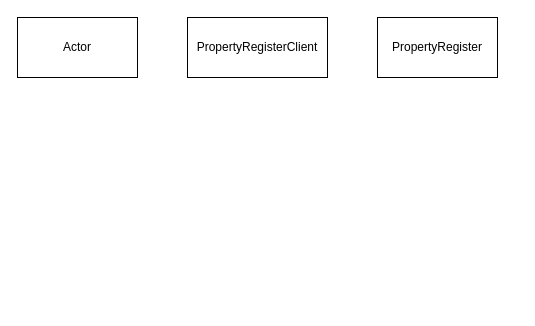
Above: Oving_11/sekvens.drawio in jhub04/Ovinger-IDATT1003 (draw.io), before the change. Source tidied: cells renumbered, new cells numbered last; positions are measured from the earlier drawing's top-left corner, leaving out a move shared by most shapes. Both pictures are drawn from the tidied source at 100%, with x=0, y=0 at pixel (17, 17).
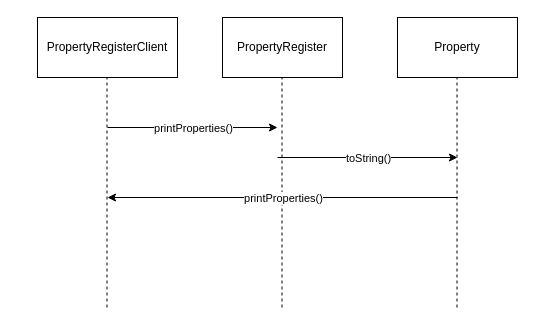
After the change.

Diff of the diagram source:
```diff
@@
 <mxGraphModel>
   <root>
     <mxCell id="0" />
     <mxCell id="1" parent="0" />
-    <mxCell id="2" value="Actor" style="rounded=0;whiteSpace=wrap;html=1;" parent="1" vertex="1">
-      <mxGeometry width="120" height="60" as="geometry" />
-    </mxCell>
     <mxCell id="3" value="PropertyRegisterClient" style="rounded=0;whiteSpace=wrap;html=1;" parent="1" vertex="1">
-      <mxGeometry x="170" width="140" height="60" as="geometry" />
+      <mxGeometry x="20" width="140" height="60" as="geometry" />
     </mxCell>
     <mxCell id="4" value="PropertyRegister" style="rounded=0;whiteSpace=wrap;html=1;" parent="1" vertex="1">
-      <mxGeometry x="360" width="120" height="60" as="geometry" />
+      <mxGeometry x="205" width="120" height="60" as="geometry" />
     </mxCell>
+    <mxCell id="5" style="endArrow=none;dashed=1;html=1;rounded=0;" parent="1" edge="1">
+      <mxGeometry relative="1" as="geometry">
+        <mxPoint x="89.5" y="290" as="sourcePoint" />
+        <mxPoint x="89.5" y="60" as="targetPoint" />
+      </mxGeometry>
+    </mxCell>
+    <mxCell id="6" style="endArrow=none;dashed=1;html=1;rounded=0;" parent="1" edge="1">
+      <mxGeometry relative="1" as="geometry">
+        <mxPoint x="264.5" y="290" as="sourcePoint" />
+        <mxPoint x="264.5" y="60" as="targetPoint" />
+      </mxGeometry>
+    </mxCell>
+    <mxCell id="7" value="Property" style="rounded=0;whiteSpace=wrap;html=1;" parent="1" vertex="1">
+      <mxGeometry x="380" width="120" height="60" as="geometry" />
+    </mxCell>
+    <mxCell id="8" style="endArrow=none;dashed=1;html=1;rounded=0;" parent="1" edge="1">
+      <mxGeometry relative="1" as="geometry">
+        <mxPoint x="439.5" y="290" as="sourcePoint" />
+        <mxPoint x="439.5" y="60" as="targetPoint" />
+      </mxGeometry>
+    </mxCell>
+    <mxCell id="9" style="endArrow=classic;html=1;rounded=0;" parent="1" edge="1">
+      <mxGeometry relative="1" as="geometry">
+        <mxPoint x="90" y="110" as="sourcePoint" />
+        <mxPoint x="260" y="110" as="targetPoint" />
+      </mxGeometry>
+    </mxCell>
+    <mxCell id="10" value="printProperties()" style="edgeLabel;html=1;align=center;verticalAlign=middle;" parent="9" vertex="1">
+      <mxGeometry relative="1" as="geometry" />
+    </mxCell>
+    <mxCell id="11" style="endArrow=classic;html=1;rounded=0;" parent="1" edge="1">
+      <mxGeometry relative="1" as="geometry">
+        <mxPoint x="260" y="140" as="sourcePoint" />
+        <mxPoint x="440" y="140" as="targetPoint" />
+      </mxGeometry>
+    </mxCell>
+    <mxCell id="12" value="toString()" style="edgeLabel;html=1;align=center;verticalAlign=middle;" parent="11" vertex="1">
+      <mxGeometry relative="1" as="geometry" />
+    </mxCell>
+    <mxCell id="13" style="endArrow=classic;html=1;rounded=0;" parent="1" edge="1">
+      <mxGeometry relative="1" as="geometry">
+        <mxPoint x="440" y="180" as="sourcePoint" />
+        <mxPoint x="90" y="180" as="targetPoint" />
+      </mxGeometry>
+    </mxCell>
+    <mxCell id="14" value="printProperties()" style="edgeLabel;html=1;align=center;verticalAlign=middle;" parent="13" vertex="1">
+      <mxGeometry relative="1" as="geometry" />
+    </mxCell>
   </root>
 </mxGraphModel>
```
